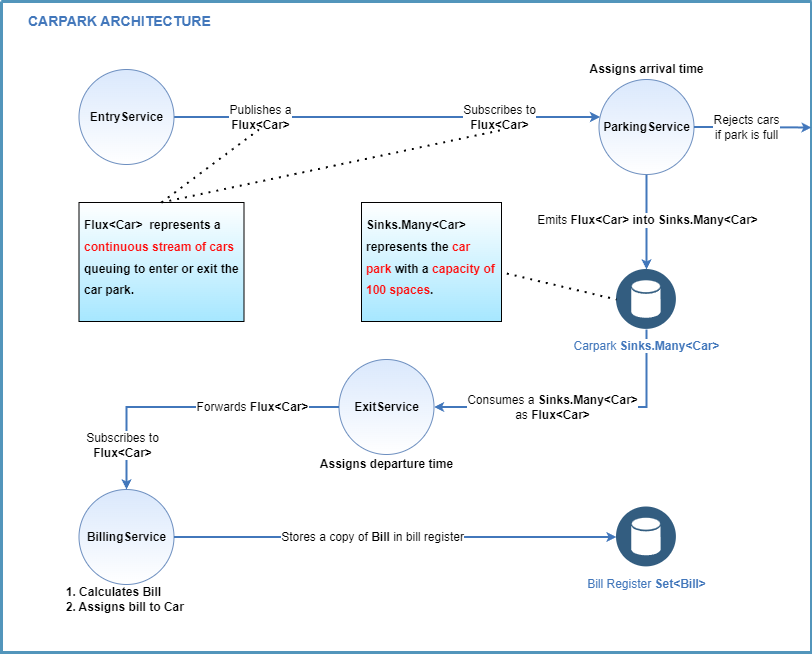
acerasoni/carpark keeps this draw.io diagram as architecture-diagram.png. Above is the earlier version. Source tidied: cells renumbered, new cells last; positions are measured from the earlier drawing's top-left corner, leaving out a move shared by most shapes.
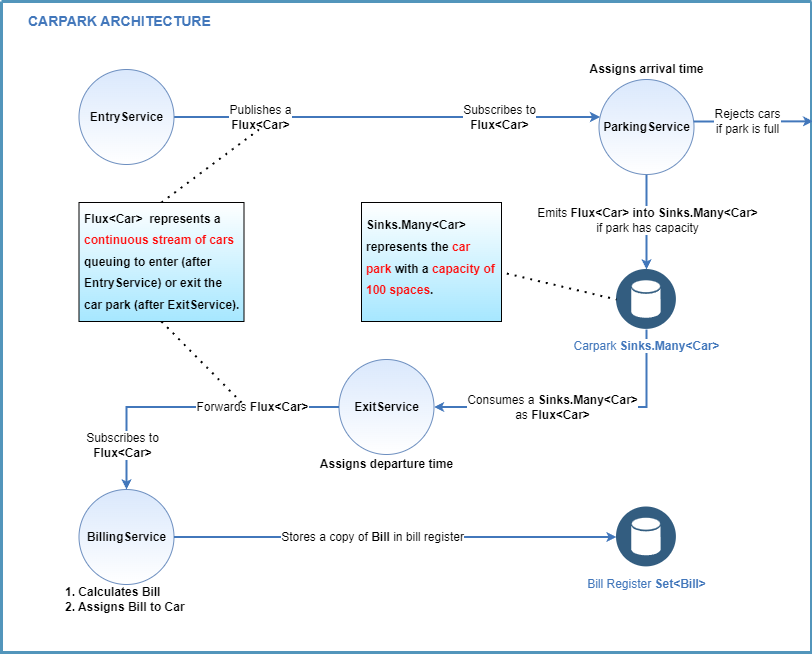
Above is the later version.

Change to the diagram source:
```diff
@@ -2,7 +2,7 @@
   <root>
     <mxCell id="0" />
     <mxCell id="1" parent="0" />
-    <mxCell id="2" value="&#10;&#10;&lt;div style=&quot;color: rgb(0, 0, 0); font-family: helvetica; font-size: 12px; font-style: normal; font-weight: 400; letter-spacing: normal; text-indent: 0px; text-transform: none; word-spacing: 0px; text-align: left;&quot;&gt;1. Calculates&amp;nbsp;&lt;b&gt;Bill&lt;/b&gt;&lt;/div&gt;&lt;div style=&quot;color: rgb(0, 0, 0); font-family: helvetica; font-size: 12px; font-style: normal; font-weight: 400; letter-spacing: normal; text-indent: 0px; text-transform: none; word-spacing: 0px; text-align: left;&quot;&gt;2. Assigns bill to&lt;span&gt;&amp;nbsp;&lt;/span&gt;&lt;b&gt;Car&lt;/b&gt;&amp;nbsp;&lt;/div&gt;&#10;&#10;" style="swimlane;shadow=0;strokeColor=#5295BB;fillColor=#ffffff;fontColor=none;align=right;startSize=0;noLabel=1;strokeWidth=3;" parent="1" vertex="1">
+    <mxCell id="2" value="&#10;&#10;&lt;div style=&quot;color: rgb(0, 0, 0); font-family: helvetica; font-size: 12px; font-style: normal; font-weight: 400; letter-spacing: normal; text-indent: 0px; text-transform: none; word-spacing: 0px; text-align: left;&quot;&gt;1. Calculates&amp;nbsp;&lt;b&gt;Bill&lt;/b&gt;&lt;/div&gt;&lt;div style=&quot;color: rgb(0, 0, 0); font-family: helvetica; font-size: 12px; font-style: normal; font-weight: 400; letter-spacing: normal; text-indent: 0px; text-transform: none; word-spacing: 0px; text-align: left;&quot;&gt;2. Assigns bill to&lt;span&gt;&amp;nbsp;&lt;/span&gt;&lt;b&gt;Car&lt;/b&gt;&amp;nbsp;&lt;/div&gt;&#10;&#10;" style="swimlane;shadow=0;strokeColor=#5295BB;fillColor=default;fontColor=none;align=right;startSize=0;noLabel=1;strokeWidth=3;" parent="1" vertex="1">
       <mxGeometry width="810" height="651" as="geometry" />
     </mxCell>
     <mxCell id="3" style="edgeStyle=orthogonalEdgeStyle;rounded=0;html=1;labelBackgroundColor=#ffffff;jettySize=auto;strokeColor=#4277BB;fontColor=#000000;startArrow=none;startFill=0;strokeWidth=2;endSize=4;startSize=4;exitX=0.5;exitY=1;exitDx=0;exitDy=0;entryX=0.5;entryY=0;entryDx=0;entryDy=0;" parent="2" edge="1" source="13" target="10">
@@ -13,7 +13,7 @@
         </Array>
       </mxGeometry>
     </mxCell>
-    <mxCell id="4" value="Emits&amp;nbsp;&lt;b&gt;Flux&amp;lt;Car&amp;gt; into Sinks.Many&amp;lt;Car&amp;gt;&lt;/b&gt;" style="edgeLabel;html=1;align=center;verticalAlign=middle;fontSize=12;" parent="3" vertex="1">
+    <mxCell id="4" value="Emits&amp;nbsp;&lt;b&gt;Flux&amp;lt;Car&amp;gt; into Sinks.Many&amp;lt;Car&amp;gt;&lt;/b&gt;&lt;br&gt;if park has capacity" style="edgeLabel;html=1;align=center;verticalAlign=middle;fontSize=12;" parent="3" vertex="1">
       <mxGeometry x="0.22" relative="1" as="geometry">
         <mxPoint y="-13" as="offset" />
       </mxGeometry>
@@ -57,7 +57,7 @@
     <mxCell id="14" value="&lt;b&gt;ExitService&lt;/b&gt;" style="ellipse;whiteSpace=wrap;html=1;fillColor=#dae8fc;strokeColor=#6c8ebf;gradientColor=#ffffff;" parent="2" vertex="1">
       <mxGeometry x="337.5" y="358" width="95" height="95" as="geometry" />
     </mxCell>
-    <mxCell id="15" value="&lt;h1 style=&quot;font-size: 12px&quot;&gt;&lt;span style=&quot;font-size: 12px ; line-height: 1.8&quot;&gt;Flux&amp;lt;Car&amp;gt;&amp;nbsp; represents a &lt;font color=&quot;#ff0d0d&quot;&gt;continuous stream of cars&lt;/font&gt; queuing to enter or exit the car park.&lt;/span&gt;&lt;br style=&quot;font-size: 12px&quot;&gt;&lt;/h1&gt;" style="text;html=1;strokeColor=default;fillColor=#A6E7FF;spacing=5;spacingTop=-7;whiteSpace=wrap;overflow=hidden;rounded=0;fontStyle=1;gradientColor=#ffffff;gradientDirection=north;fontSize=12;align=left;verticalAlign=middle;" parent="2" vertex="1">
+    <mxCell id="15" value="&lt;h1 style=&quot;font-size: 12px&quot;&gt;&lt;span style=&quot;font-size: 12px ; line-height: 1.8&quot;&gt;Flux&amp;lt;Car&amp;gt;&amp;nbsp; represents a &lt;font color=&quot;#ff0d0d&quot;&gt;continuous stream of cars&lt;/font&gt; queuing to enter (after EntryService) or exit the car park (after ExitService).&lt;/span&gt;&lt;br style=&quot;font-size: 12px&quot;&gt;&lt;/h1&gt;" style="text;html=1;strokeColor=default;fillColor=#A6E7FF;spacing=5;spacingTop=-7;whiteSpace=wrap;overflow=hidden;rounded=0;fontStyle=1;gradientColor=#ffffff;gradientDirection=north;fontSize=12;align=left;verticalAlign=middle;" parent="2" vertex="1">
       <mxGeometry x="77.5" y="201" width="165" height="119" as="geometry" />
     </mxCell>
     <mxCell id="16" style="endArrow=none;dashed=1;html=1;dashPattern=1 3;strokeWidth=2;rounded=0;exitX=0.5;exitY=0;exitDx=0;exitDy=0;" parent="2" edge="1" source="15">
@@ -89,8 +89,8 @@
         <mxPoint x="105" y="3" as="offset" />
       </mxGeometry>
     </mxCell>
-    <mxCell id="22" value="&lt;div style=&quot;text-align: left&quot;&gt;1. Calculates&amp;nbsp;&lt;span&gt;Bill&lt;/span&gt;&lt;/div&gt;&lt;div style=&quot;text-align: left&quot;&gt;2. Assigns bill to&amp;nbsp;&lt;span&gt;Car&lt;/span&gt;&amp;nbsp;&lt;/div&gt;" style="text;html=1;align=center;verticalAlign=middle;strokeColor=none;fillColor=none;fontSize=12;fontStyle=1;" parent="2" vertex="1">
-      <mxGeometry x="55" y="583" width="140" height="30" as="geometry" />
+    <mxCell id="22" value="&lt;div style=&quot;text-align: left&quot;&gt;1. Calculates&amp;nbsp;&lt;span&gt;Bill&lt;/span&gt;&lt;/div&gt;&lt;div style=&quot;text-align: left&quot;&gt;2. Assigns Bill to&amp;nbsp;&lt;span&gt;Car&lt;/span&gt;&amp;nbsp;&lt;/div&gt;" style="text;html=1;align=center;verticalAlign=middle;strokeColor=none;fillColor=none;fontSize=12;fontStyle=1;" parent="2" vertex="1">
+      <mxGeometry x="50" y="578" width="150" height="40" as="geometry" />
     </mxCell>
     <mxCell id="23" value="Assigns departure time" style="text;html=1;align=center;verticalAlign=middle;strokeColor=none;fillColor=none;fontSize=12;fontStyle=1;" parent="2" vertex="1">
       <mxGeometry x="310" y="453" width="150" height="20" as="geometry" />
@@ -98,12 +98,11 @@
     <mxCell id="24" value="Assigns arrival time" style="text;html=1;align=center;verticalAlign=middle;strokeColor=none;fillColor=none;fontSize=12;fontStyle=1;" parent="2" vertex="1">
       <mxGeometry x="580" y="58" width="130" height="20" as="geometry" />
     </mxCell>
-    <mxCell id="25" style="edgeStyle=orthogonalEdgeStyle;rounded=0;html=1;labelBackgroundColor=#ffffff;jettySize=auto;strokeColor=#4277BB;fontColor=#000000;startArrow=none;startFill=0;strokeWidth=2;endSize=4;startSize=4;" parent="2" edge="1" source="13">
+    <mxCell id="25" style="edgeStyle=orthogonalEdgeStyle;rounded=0;html=1;labelBackgroundColor=#ffffff;jettySize=auto;strokeColor=#4277BB;fontColor=#000000;startArrow=none;startFill=0;strokeWidth=2;endSize=4;startSize=4;entryX=1.002;entryY=0.184;entryDx=0;entryDy=0;entryPerimeter=0;" parent="2" edge="1" source="13" target="2">
       <mxGeometry relative="1" as="geometry">
-        <mxPoint x="810" y="126" as="targetPoint" />
         <Array as="points">
-          <mxPoint x="701" y="126" />
-          <mxPoint x="701" y="126" />
+          <mxPoint x="750" y="120" />
+          <mxPoint x="750" y="120" />
         </Array>
       </mxGeometry>
     </mxCell>
@@ -118,9 +117,9 @@
     <mxCell id="28" style="endArrow=none;dashed=1;html=1;dashPattern=1 3;strokeWidth=2;rounded=0;exitX=1.038;exitY=0.597;exitDx=0;exitDy=0;entryX=0;entryY=0.5;entryDx=0;entryDy=0;exitPerimeter=0;" parent="2" edge="1" source="27" target="10">
       <mxGeometry relative="1" as="geometry" />
     </mxCell>
-    <mxCell id="29" style="endArrow=none;dashed=1;html=1;dashPattern=1 3;strokeWidth=2;rounded=0;exitX=0.5;exitY=0;exitDx=0;exitDy=0;" parent="1" edge="1" source="15">
+    <mxCell id="29" style="endArrow=none;dashed=1;html=1;dashPattern=1 3;strokeWidth=2;rounded=0;exitX=0.5;exitY=1;exitDx=0;exitDy=0;" parent="1" edge="1" source="15">
       <mxGeometry relative="1" as="geometry">
-        <mxPoint x="502.5" y="128" as="targetPoint" />
+        <mxPoint x="240" y="401" as="targetPoint" />
       </mxGeometry>
     </mxCell>
     <mxCell id="30" value="Subscribes to&lt;br&gt;&lt;b&gt;Flux&amp;lt;Car&amp;gt;&lt;/b&gt;" style="edgeLabel;html=1;align=center;verticalAlign=middle;fontSize=12;" parent="1" vertex="1">
```
